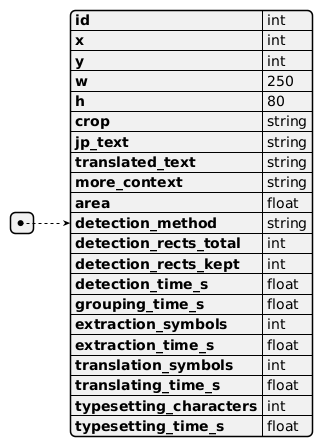
Chipskein/ftm keeps this PlantUML diagram as benchmarks/diagrams/document.png. Above is the earlier version. Its source is kept beside it as benchmarks/diagrams/document.pu. The source it was exported from:
```plantuml
@startjson
[
{
    "id": "int",
    "x": "int",
    "y": "int",
    "w": "250",
    "h": "80",
    "crop": "string",
    "jp_text": "string",
    "translated_text": "string",
    "more_context": "string",
    "area": "float",
    "detection_method": "string",
    "detection_rects_total": "int",
    "detection_rects_kept": "int",
    "detection_time_s": "float",
    "grouping_time_s": "float",
    "extraction_symbols": "int",
    "extraction_time_s": "float",
    "translation_symbols": "int",
    "translating_time_s": "float",
    "typesetting_characters": "int",
    "typesetting_time_s": "float"
}
]
@endjson
```
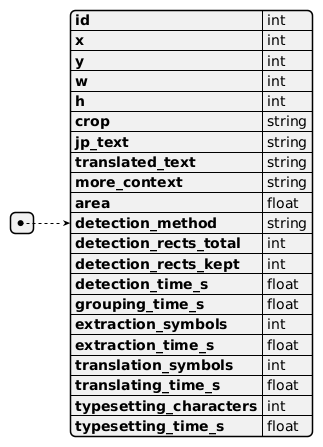
The same diagram one commit later.

Diff of the diagram source:
```diff
@@ -4,8 +4,8 @@
     "id": "int",
     "x": "int",
     "y": "int",
-    "w": "250",
-    "h": "80",
+    "w": "int",
+    "h": "int",
     "crop": "string",
     "jp_text": "string",
     "translated_text": "string",
```
